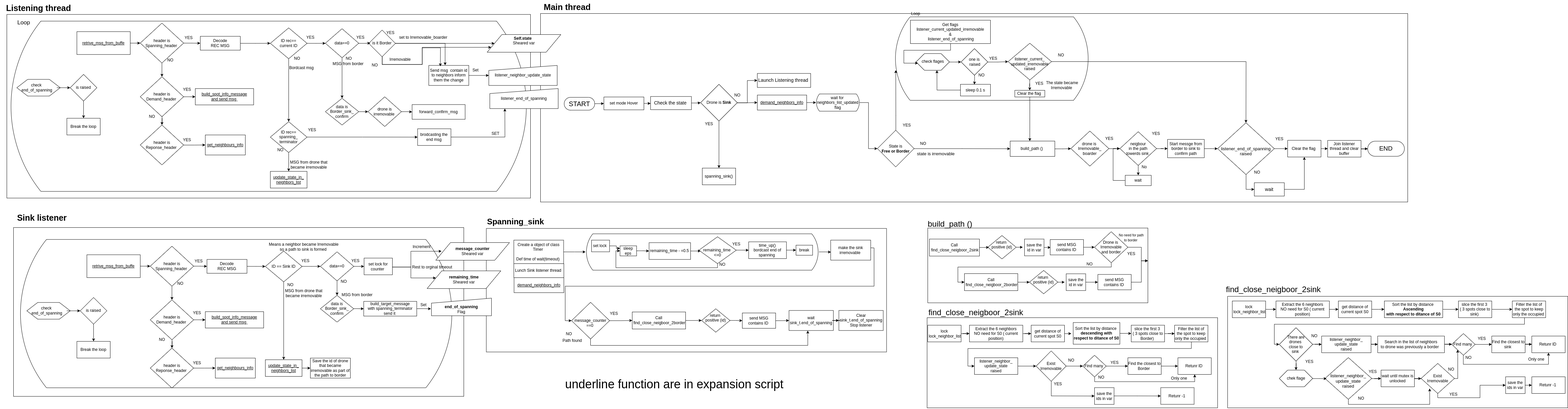
This is UML/spanning_process.png from SulaimanMohammad/Drone_VESPA, a draw.io export, as it was before one commit. Source tidied: cells renumbered, new cells last; positions are measured from the earlier drawing's top-left corner, leaving out a move shared by most shapes.
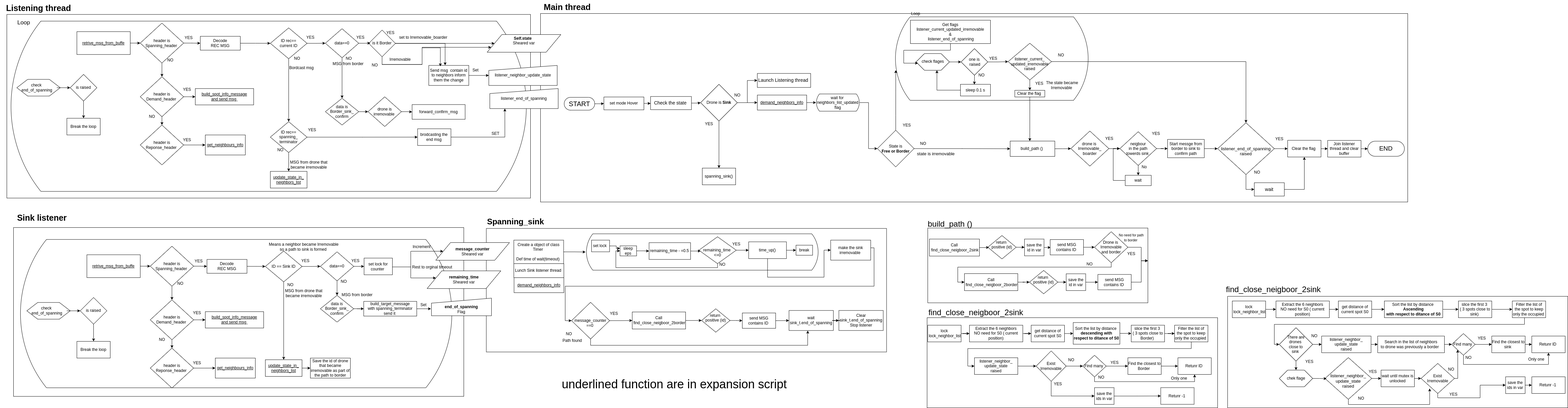
After the commit.

Commit message:
correct time up

What changed in the source:
```diff
@@ -591,7 +591,7 @@
     <mxCell id="175" style="edgeStyle=orthogonalEdgeStyle;rounded=0;jettySize=auto;html=1;" parent="169" edge="1" source="170" target="174">
       <mxGeometry relative="1" as="geometry" />
     </mxCell>
-    <mxCell id="176" value="time_up()&lt;br&gt;bordcast end of spanning&amp;nbsp;" style="rounded=0;whiteSpace=wrap;html=1;" parent="169" vertex="1">
+    <mxCell id="176" value="time_up()&lt;br&gt;" style="rounded=0;whiteSpace=wrap;html=1;" parent="169" vertex="1">
       <mxGeometry x="398.2" y="15.1" width="113.2" height="50.3" as="geometry" />
     </mxCell>
     <mxCell id="177" style="edgeStyle=orthogonalEdgeStyle;rounded=0;jettySize=auto;html=1;entryX=0;entryY=0.5;entryDx=0;entryDy=0;" parent="169" edge="1" source="172" target="176">
@@ -682,12 +682,18 @@
     <mxCell id="201" value="make the sink irremovable&amp;nbsp;" style="rounded=0;whiteSpace=wrap;html=1;" parent="163" vertex="1">
       <mxGeometry x="1040" y="75" width="120" height="60" as="geometry" />
     </mxCell>
-    <mxCell id="202" style="edgeStyle=orthogonalEdgeStyle;rounded=0;jettySize=auto;html=1;entryX=0.006;entryY=0.599;entryDx=0;entryDy=0;entryPerimeter=0;" parent="163" edge="1" source="167" target="201">
-      <mxGeometry relative="1" as="geometry" />
-    </mxCell>
     <mxCell id="203" value="&lt;u&gt;demand_neighbors_info&lt;/u&gt;" style="html=1;dashed=0;whiteSpace=wrap;" parent="163" vertex="1">
       <mxGeometry x="90.7" y="187.4" width="149.3" height="45" as="geometry" />
     </mxCell>
+    <mxCell id="363" style="edgeStyle=orthogonalEdgeStyle;rounded=0;jettySize=auto;html=1;entryX=0;entryY=0.5;entryDx=0;entryDy=0;" parent="163" edge="1" source="176" target="201">
+      <mxGeometry relative="1" as="geometry">
+        <Array as="points">
+          <mxPoint x="851" y="186" />
+          <mxPoint x="1020" y="186" />
+          <mxPoint x="1020" y="105" />
+        </Array>
+      </mxGeometry>
+    </mxCell>
     <mxCell id="204" value="&lt;b&gt;message_counter&lt;/b&gt;&lt;br&gt;Sheared var&lt;br&gt;" style="shape=parallelogram;perimeter=parallelogramPerimeter;whiteSpace=wrap;html=1;dashed=0;" parent="1" vertex="1">
       <mxGeometry x="1306" y="726" width="221" height="53" as="geometry" />
     </mxCell>
@@ -1195,8 +1201,8 @@
     <mxCell id="361" style="edgeStyle=orthogonalEdgeStyle;rounded=0;jettySize=auto;html=1;entryX=0;entryY=0.5;entryDx=0;entryDy=0;" parent="1" edge="1" source="348" target="354">
       <mxGeometry relative="1" as="geometry" />
     </mxCell>
-    <mxCell id="362" value="&lt;font style=&quot;font-size: 36px;&quot;&gt;underline&amp;nbsp;function are in expansion script&lt;/font&gt;" style="text;html=1;align=center;verticalAlign=middle;strokeColor=none;fillColor=none;" parent="1" vertex="1">
-      <mxGeometry x="1681" y="1120" width="680" height="60" as="geometry" />
+    <mxCell id="362" value="&lt;font style=&quot;font-size: 36px;&quot;&gt;underlined function are in expansion script&lt;/font&gt;" style="text;html=1;align=center;verticalAlign=middle;strokeColor=none;fillColor=none;" parent="1" vertex="1">
+      <mxGeometry x="1671" y="1120" width="700" height="60" as="geometry" />
     </mxCell>
   </root>
 </mxGraphModel>
```
